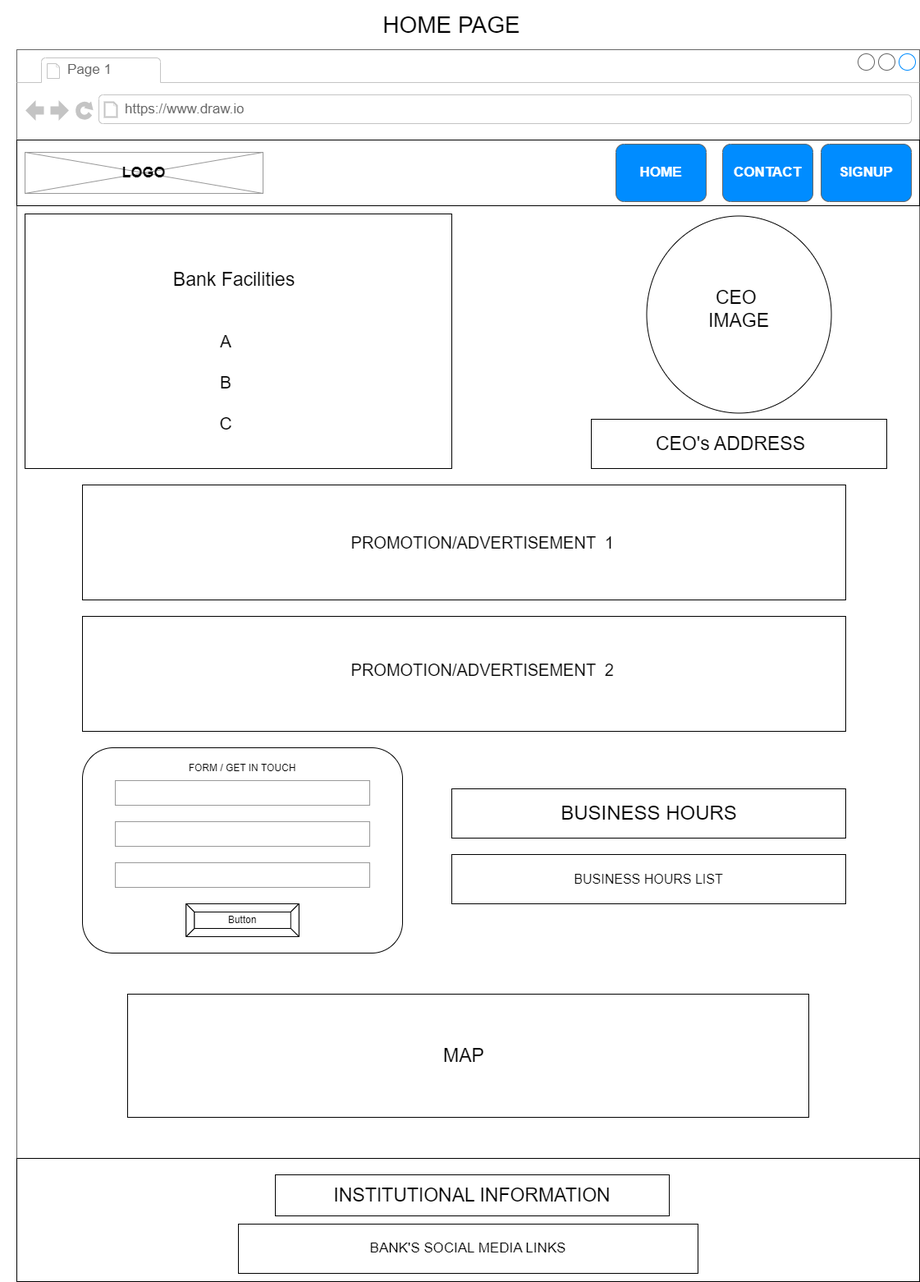
Above: docs/wireframe/homepage.png in MarioLFB/P1CodeInstitute (draw.io), before the change. Source tidied: cells renumbered, new cells last; positions are measured from the earlier drawing's top-left corner, leaving out a move shared by most shapes.
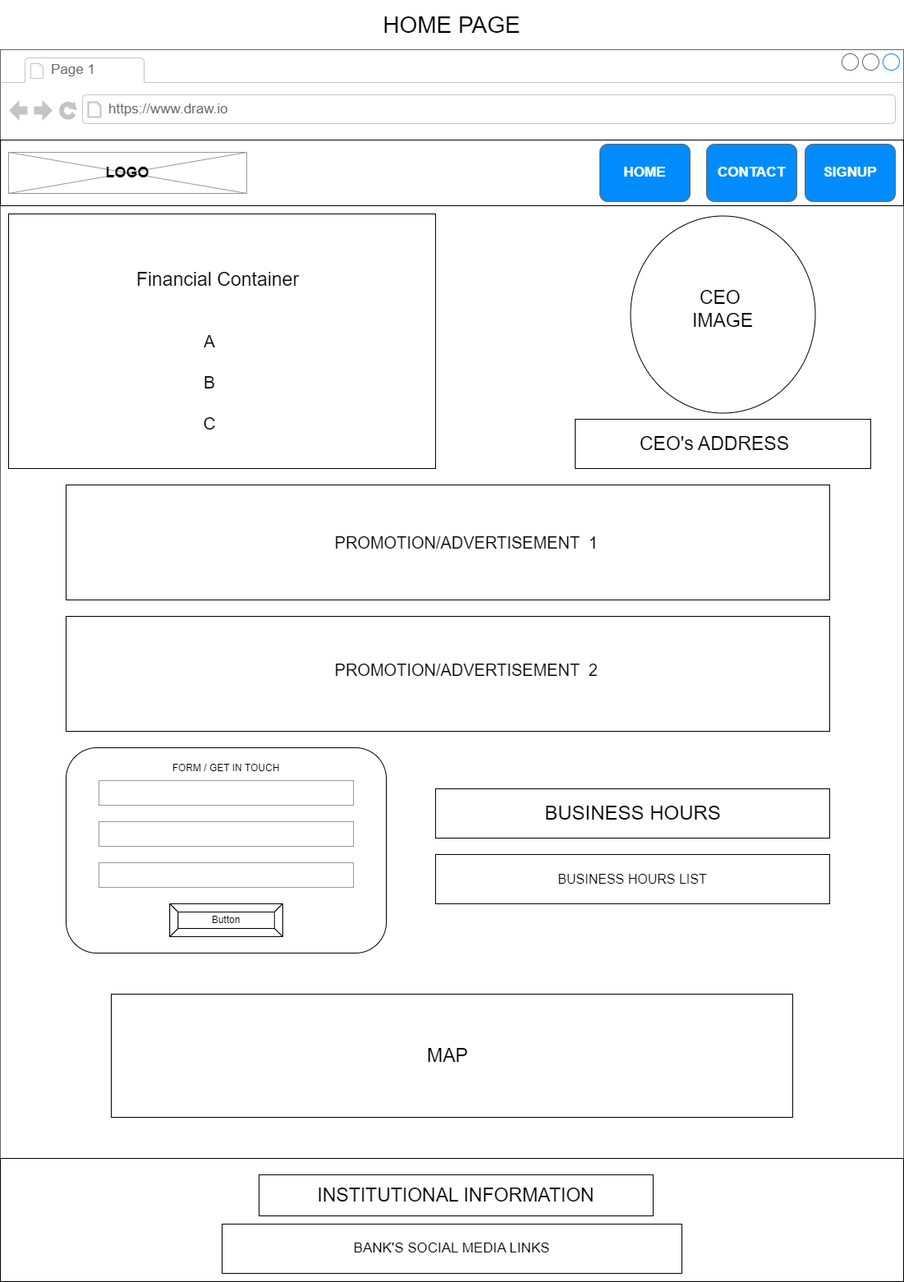
Later version of the same file.

Commit message:
Update photos, structure, and wireframe for the 404 page in the README.

The edit, as a diff of the source:
```diff
@@ -3,7 +3,7 @@
     <mxCell id="0" />
     <mxCell id="1" parent="0" />
     <mxCell id="2" style="strokeWidth=1;shadow=0;dashed=0;align=center;html=1;shape=mxgraph.mockup.containers.browserWindow;rSize=0;strokeColor=#666666;strokeColor2=#008cff;strokeColor3=#c4c4c4;mainText=,;" parent="1" vertex="1">
-      <mxGeometry x="20" y="60" width="1100" height="1500" as="geometry" />
+      <mxGeometry y="60" width="1100" height="1500" as="geometry" />
     </mxCell>
     <mxCell id="3" value="Page 1" style="strokeWidth=1;shadow=0;dashed=0;align=center;html=1;shape=mxgraph.mockup.containers.anchor;fontSize=17;fontColor=#666666;align=left;whiteSpace=wrap;" parent="2" vertex="1">
       <mxGeometry x="60" y="12" width="110" height="26" as="geometry" />
@@ -35,7 +35,7 @@
     <mxCell id="12" style="ellipse;whiteSpace=wrap;html=1;rotation=90;" parent="2" vertex="1">
       <mxGeometry x="760" y="210" width="240" height="225" as="geometry" />
     </mxCell>
-    <mxCell id="13" value="&lt;font style=&quot;font-size: 23px;&quot;&gt;Bank Facilities&lt;/font&gt;" style="text;html=1;strokeColor=none;fillColor=none;align=center;verticalAlign=middle;whiteSpace=wrap;rounded=0;" parent="2" vertex="1">
+    <mxCell id="13" value="&lt;font style=&quot;font-size: 23px;&quot;&gt;Financial Container&lt;br&gt;&lt;/font&gt;" style="text;html=1;strokeColor=none;fillColor=none;align=center;verticalAlign=middle;whiteSpace=wrap;rounded=0;" parent="2" vertex="1">
       <mxGeometry x="130" y="250" width="270" height="60" as="geometry" />
     </mxCell>
     <mxCell id="14" value="&lt;font style=&quot;font-size: 21px;&quot;&gt;A&lt;br&gt;&lt;br&gt;B&lt;br&gt;&lt;br&gt;C&lt;/font&gt;" style="text;html=1;strokeColor=none;fillColor=none;align=center;verticalAlign=middle;whiteSpace=wrap;rounded=0;" parent="2" vertex="1">
```
